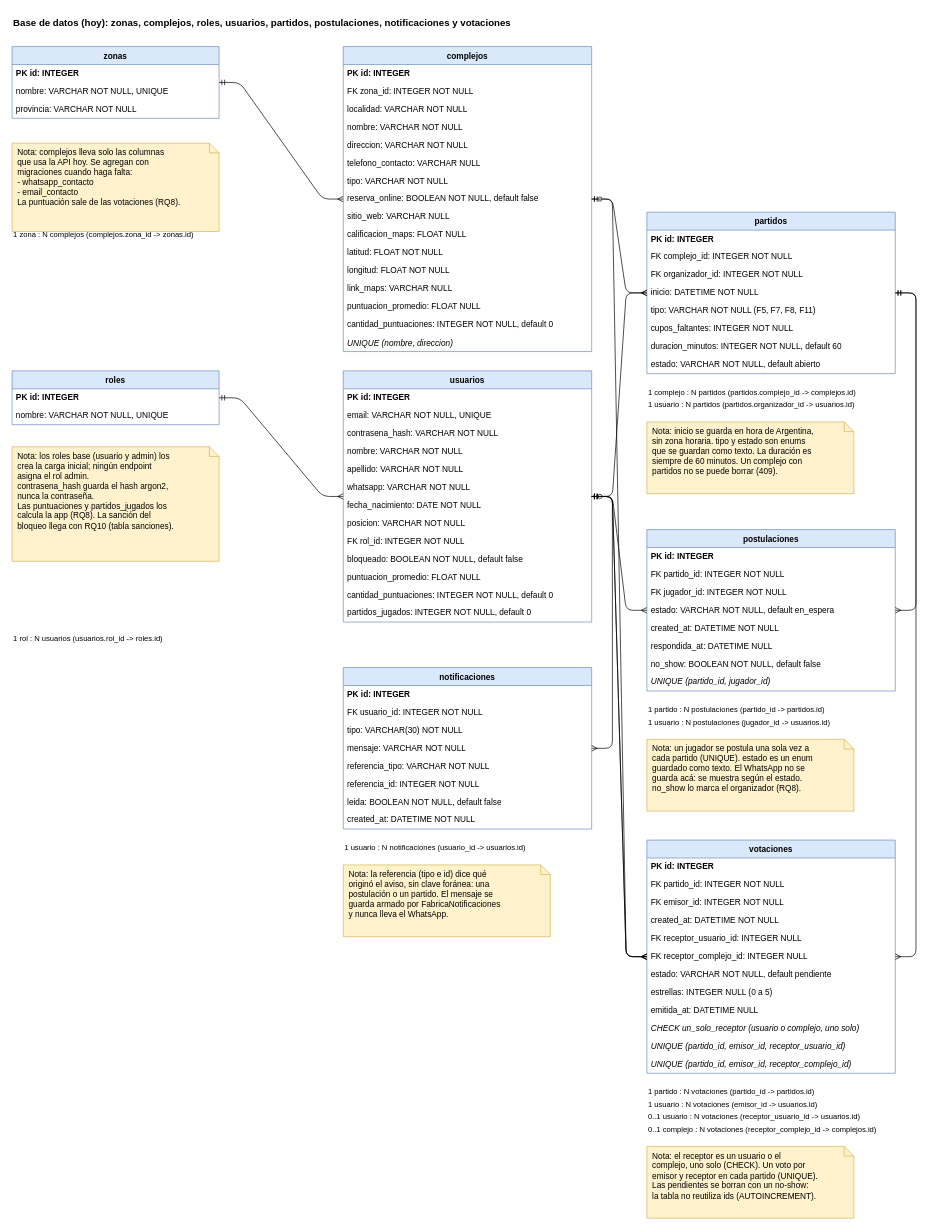
The draw.io diagram docs/diagramas/base-de-datos.drawio in nvranco/fulvo, before the edit. Source tidied: cells renumbered, new cells numbered last; positions are measured from the earlier drawing's top-left corner, leaving out a move shared by most shapes. Both pictures are drawn from the tidied source at 69%, with x=0, y=0 at pixel (12, 12).
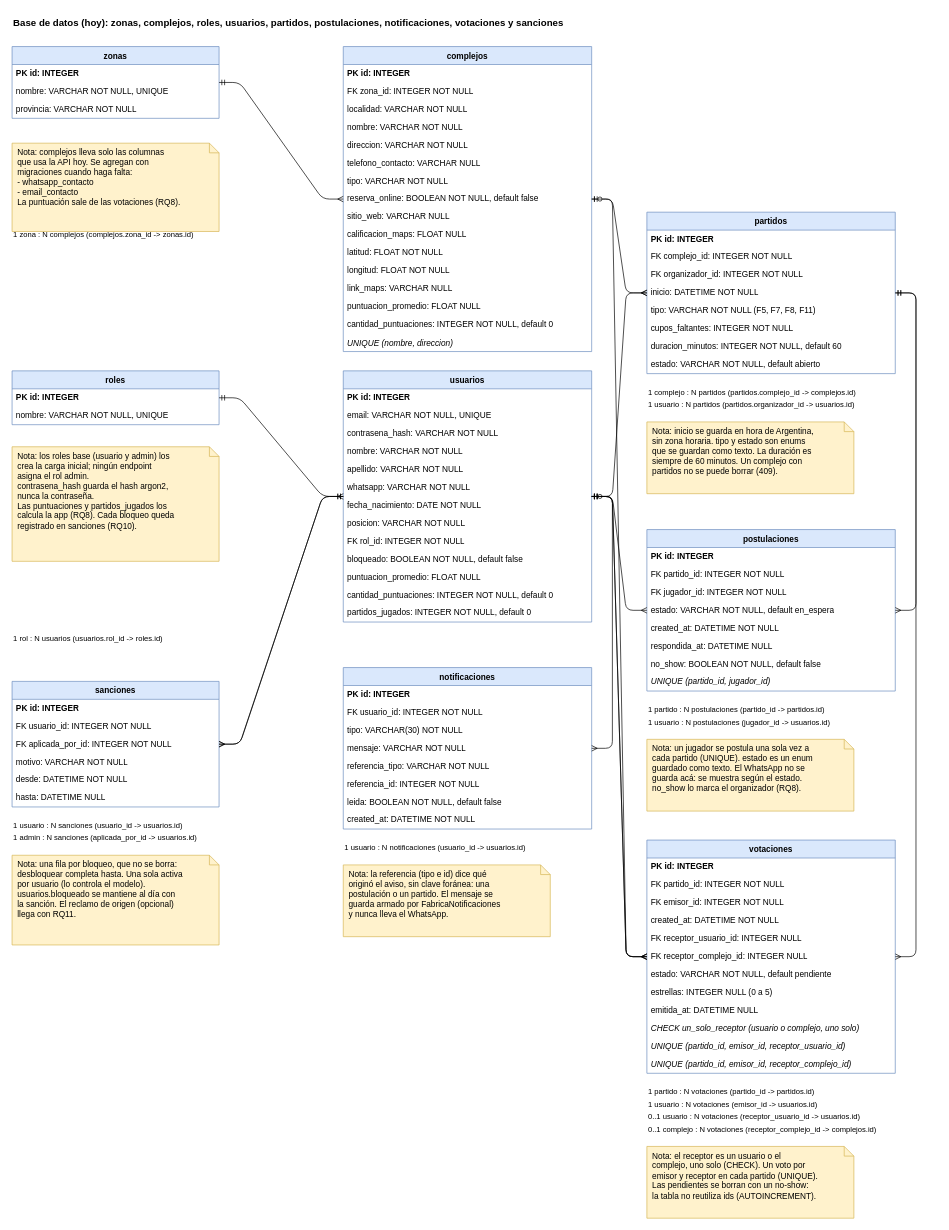
Above is the later version.

Commit message (it also covers changes not shown here):
docs: documento el bloqueo de usuarios con sanción

The change refers to these unchanged cells:
```xml
<mxCell id="30" value="usuarios" style="swimlane;fontStyle=1;align=center;verticalAlign=top;horizontal=1;startSize=26;fillColor=#dae8fc;strokeColor=#6c8ebf;" parent="1" vertex="1">
  <mxGeometry x="480" y="520" width="360" height="364" as="geometry" />
</mxCell>
```

The edit, as a diff of the source:
```diff
@@
-    <mxCell id="24" value="Base de datos (hoy): zonas, complejos, roles, usuarios, partidos, postulaciones, notificaciones y votaciones" style="text;html=1;align=left;fontStyle=1;fontSize=14;" parent="1" vertex="1">
-      <mxGeometry width="760" height="24" as="geometry" />
+    <mxCell id="24" value="Base de datos (hoy): zonas, complejos, roles, usuarios, partidos, postulaciones, notificaciones, votaciones y sanciones" style="text;html=1;align=left;fontStyle=1;fontSize=14;" parent="1" vertex="1">
+      <mxGeometry width="860" height="24" as="geometry" />
     </mxCell>
@@
-    <mxCell id="46" value="Nota: los roles base (usuario y admin) los&#10;crea la carga inicial; ningún endpoint&#10;asigna el rol admin.&#10;contrasena_hash guarda el hash argon2,&#10;nunca la contraseña.&#10;Las puntuaciones y partidos_jugados los&#10;calcula la app (RQ8). La sanción del&#10;bloqueo llega con RQ10 (tabla sanciones)." style="shape=note;whiteSpace=wrap;html=1;align=left;verticalAlign=top;spacingLeft=6;fillColor=#fff2cc;strokeColor=#d6b656;size=14;" parent="1" vertex="1">
+    <mxCell id="46" value="Nota: los roles base (usuario y admin) los&#10;crea la carga inicial; ningún endpoint&#10;asigna el rol admin.&#10;contrasena_hash guarda el hash argon2,&#10;nunca la contraseña.&#10;Las puntuaciones y partidos_jugados los&#10;calcula la app (RQ8). Cada bloqueo queda&#10;registrado en sanciones (RQ10)." style="shape=note;whiteSpace=wrap;html=1;align=left;verticalAlign=top;spacingLeft=6;fillColor=#fff2cc;strokeColor=#d6b656;size=14;" parent="1" vertex="1">
       <mxGeometry y="630" width="300" height="166" as="geometry" />
     </mxCell>
@@
+    <mxCell id="109" value="sanciones" style="swimlane;fontStyle=1;align=center;verticalAlign=top;horizontal=1;startSize=26;fillColor=#dae8fc;strokeColor=#6c8ebf;" parent="1" vertex="1">
+      <mxGeometry y="970" width="300" height="182" as="geometry" />
+    </mxCell>
+    <mxCell id="110" value="PK  id: INTEGER" style="text;strokeColor=none;fillColor=none;align=left;verticalAlign=middle;spacingLeft=4;spacingRight=4;overflow=hidden;whiteSpace=wrap;fontStyle=1;" parent="109" vertex="1">
+      <mxGeometry y="26" width="300" height="26" as="geometry" />
+    </mxCell>
+    <mxCell id="111" value="FK  usuario_id: INTEGER  NOT NULL" style="text;strokeColor=none;fillColor=none;align=left;verticalAlign=middle;spacingLeft=4;spacingRight=4;overflow=hidden;whiteSpace=wrap;" parent="109" vertex="1">
+      <mxGeometry y="52" width="300" height="26" as="geometry" />
+    </mxCell>
+    <mxCell id="112" value="FK  aplicada_por_id: INTEGER  NOT NULL" style="text;strokeColor=none;fillColor=none;align=left;verticalAlign=middle;spacingLeft=4;spacingRight=4;overflow=hidden;whiteSpace=wrap;" parent="109" vertex="1">
+      <mxGeometry y="78" width="300" height="26" as="geometry" />
+    </mxCell>
+    <mxCell id="113" value="motivo: VARCHAR  NOT NULL" style="text;strokeColor=none;fillColor=none;align=left;verticalAlign=middle;spacingLeft=4;spacingRight=4;overflow=hidden;whiteSpace=wrap;" parent="109" vertex="1">
+      <mxGeometry y="104" width="300" height="26" as="geometry" />
+    </mxCell>
+    <mxCell id="114" value="desde: DATETIME  NOT NULL" style="text;strokeColor=none;fillColor=none;align=left;verticalAlign=middle;spacingLeft=4;spacingRight=4;overflow=hidden;whiteSpace=wrap;" parent="109" vertex="1">
+      <mxGeometry y="130" width="300" height="26" as="geometry" />
+    </mxCell>
+    <mxCell id="115" value="hasta: DATETIME  NULL" style="text;strokeColor=none;fillColor=none;align=left;verticalAlign=middle;spacingLeft=4;spacingRight=4;overflow=hidden;whiteSpace=wrap;" parent="109" vertex="1">
+      <mxGeometry y="156" width="300" height="26" as="geometry" />
+    </mxCell>
+    <mxCell id="116" style="edgeStyle=entityRelationEdgeStyle;endArrow=ERmany;startArrow=ERmandOne;endFill=0;startFill=0;" parent="1" edge="1" source="30" target="109">
+      <mxGeometry relative="1" as="geometry" />
+    </mxCell>
+    <mxCell id="117" style="edgeStyle=entityRelationEdgeStyle;endArrow=ERmany;startArrow=ERmandOne;endFill=0;startFill=0;" parent="1" edge="1" source="30" target="109">
+      <mxGeometry relative="1" as="geometry" />
+    </mxCell>
+    <mxCell id="118" value="1 usuario : N sanciones (usuario_id -&gt; usuarios.id)" style="text;html=1;align=left;fontSize=11;" parent="1" vertex="1">
+      <mxGeometry y="1166" width="420" height="20" as="geometry" />
+    </mxCell>
+    <mxCell id="119" value="1 admin : N sanciones (aplicada_por_id -&gt; usuarios.id)" style="text;html=1;align=left;fontSize=11;" parent="1" vertex="1">
+      <mxGeometry y="1184" width="420" height="20" as="geometry" />
+    </mxCell>
+    <mxCell id="120" value="Nota: una fila por bloqueo, que no se borra:&#10;desbloquear completa hasta. Una sola activa&#10;por usuario (lo controla el modelo).&#10;usuarios.bloqueado se mantiene al día con&#10;la sanción. El reclamo de origen (opcional)&#10;llega con RQ11." style="shape=note;whiteSpace=wrap;html=1;align=left;verticalAlign=top;spacingLeft=6;fillColor=#fff2cc;strokeColor=#d6b656;size=14;" parent="1" vertex="1">
+      <mxGeometry y="1222" width="300" height="130" as="geometry" />
+    </mxCell>
```
